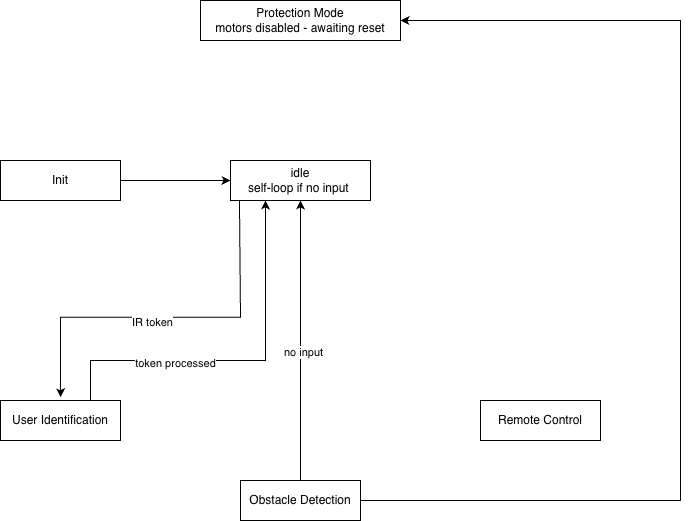
Above: flowcharts/state_transition_new.drawio.png in bryanli-ucl/AIPS (draw.io), before the change. Source tidied: cells renumbered, new cells last; positions are measured from the earlier drawing's top-left corner, leaving out a move shared by most shapes.
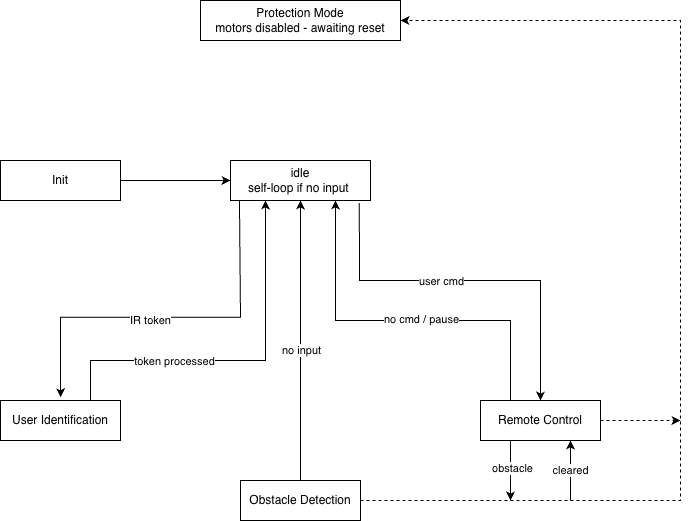
Later version of the same file.

What changed in the source:
```diff
@@ -17,6 +17,17 @@
     <mxCell id="6" value="User Identification" style="rounded=0;whiteSpace=wrap;html=1;" parent="1" vertex="1">
       <mxGeometry y="400" width="120" height="40" as="geometry" />
     </mxCell>
+    <mxCell id="16" style="edgeStyle=orthogonalEdgeStyle;rounded=0;jettySize=auto;html=1;exitX=0.25;exitY=0;exitDx=0;exitDy=0;entryX=0.75;entryY=1;entryDx=0;entryDy=0;" parent="1" edge="1" source="7" target="3">
+      <mxGeometry relative="1" as="geometry">
+        <Array as="points">
+          <mxPoint x="510" y="320" />
+          <mxPoint x="335" y="320" />
+        </Array>
+      </mxGeometry>
+    </mxCell>
+    <mxCell id="17" value="no cmd / pause" style="edgeLabel;html=1;align=center;verticalAlign=middle;" parent="16" vertex="1">
+      <mxGeometry x="-0.1" y="-1" relative="1" as="geometry" />
+    </mxCell>
     <mxCell id="7" value="Remote Control" style="rounded=0;whiteSpace=wrap;html=1;" parent="1" vertex="1">
       <mxGeometry x="480" y="400" width="120" height="40" as="geometry" />
     </mxCell>
@@ -53,7 +64,7 @@
     <mxCell id="14" value="IR token" style="edgeLabel;html=1;align=center;verticalAlign=middle;rounded=0;" parent="13" vertex="1">
       <mxGeometry x="0.1" y="3" relative="1" as="geometry" />
     </mxCell>
-    <mxCell id="15" style="endArrow=classic;html=1;exitX=1;exitY=0.5;exitDx=0;exitDy=0;entryX=1;entryY=0.5;entryDx=0;entryDy=0;rounded=0;" parent="1" edge="1" source="8" target="2">
+    <mxCell id="15" style="endArrow=classic;html=1;exitX=1;exitY=0.5;exitDx=0;exitDy=0;entryX=1;entryY=0.5;entryDx=0;entryDy=0;rounded=0;dashed=1;" parent="1" edge="1" source="8" target="2">
       <mxGeometry relative="1" as="geometry">
         <Array as="points">
           <mxPoint x="680" y="500" />
@@ -61,5 +72,34 @@
         </Array>
       </mxGeometry>
     </mxCell>
+    <mxCell id="18" style="endArrow=classic;html=1;rounded=0;exitX=0.25;exitY=1;exitDx=0;exitDy=0;" parent="1" edge="1" source="7">
+      <mxGeometry relative="1" as="geometry">
+        <mxPoint x="510" y="500" as="targetPoint" />
+      </mxGeometry>
+    </mxCell>
+    <mxCell id="19" value="obstacle" style="edgeLabel;html=1;align=center;verticalAlign=middle;" parent="18" vertex="1">
+      <mxGeometry x="-0.07" y="2" relative="1" as="geometry" />
+    </mxCell>
+    <mxCell id="20" value="cleared" style="endArrow=classic;html=1;rounded=0;entryX=0.75;entryY=1;entryDx=0;entryDy=0;" parent="1" edge="1" target="7">
+      <mxGeometry relative="1" as="geometry">
+        <mxPoint x="570" y="500" as="sourcePoint" />
+      </mxGeometry>
+    </mxCell>
+    <mxCell id="21" style="endArrow=classic;html=1;rounded=0;exitX=1;exitY=0.5;exitDx=0;exitDy=0;dashed=1;" parent="1" edge="1" source="7">
+      <mxGeometry relative="1" as="geometry">
+        <mxPoint x="680" y="420" as="targetPoint" />
+      </mxGeometry>
+    </mxCell>
+    <mxCell id="22" style="endArrow=classic;html=1;rounded=0;exitX=0.92;exitY=1.063;exitDx=0;exitDy=0;exitPerimeter=0;entryX=0.5;entryY=0;entryDx=0;entryDy=0;" parent="1" edge="1" source="3" target="7">
+      <mxGeometry relative="1" as="geometry">
+        <Array as="points">
+          <mxPoint x="359" y="280" />
+          <mxPoint x="540" y="280" />
+        </Array>
+      </mxGeometry>
+    </mxCell>
+    <mxCell id="23" value="user cmd" style="edgeLabel;html=1;align=center;verticalAlign=middle;" parent="22" vertex="1">
+      <mxGeometry x="-0.16" y="-1" relative="1" as="geometry" />
+    </mxCell>
   </root>
 </mxGraphModel>
```
